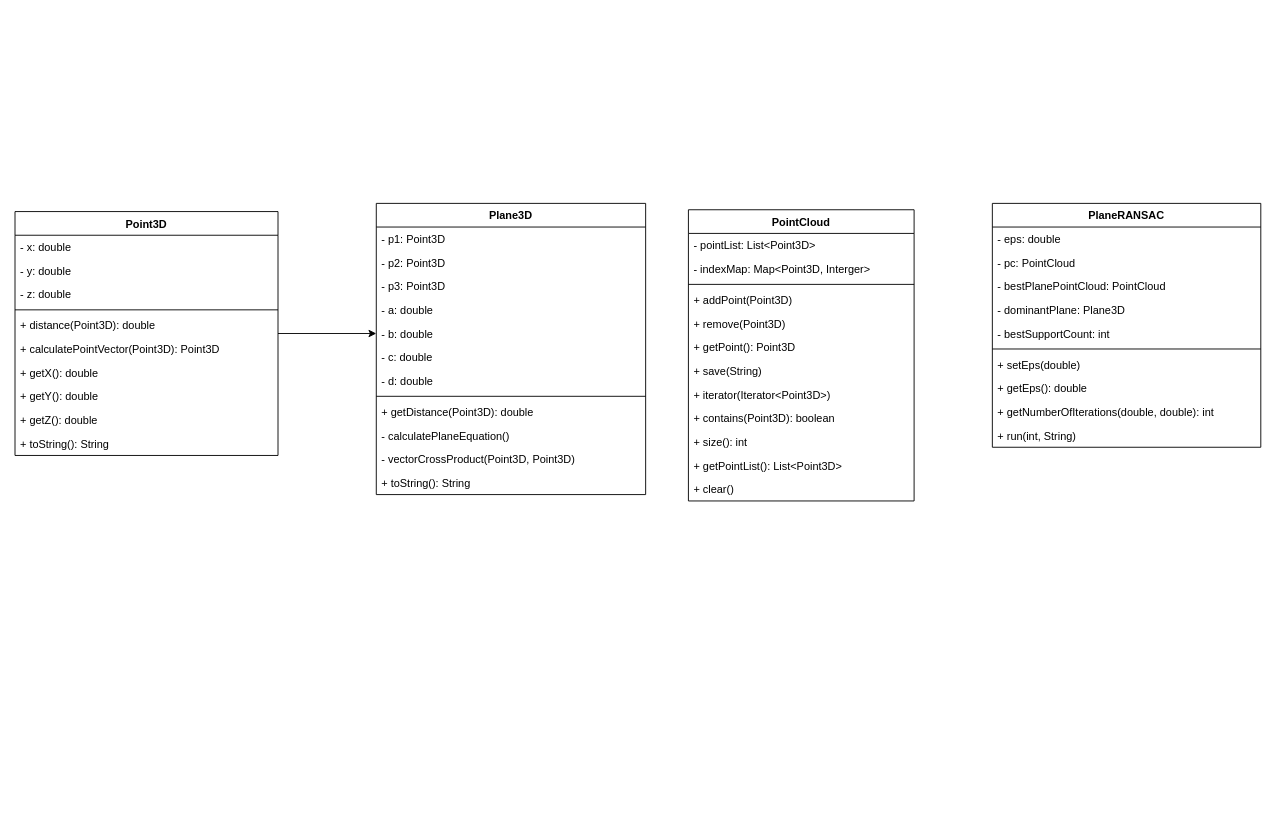
Before: OOP/UML.drawio in Kirloxious/Multi-Paradigm-RANSAC-Algorithm, a draw.io diagram. Source tidied: cells renumbered, new cells numbered last; positions are measured from the earlier drawing's top-left corner, leaving out a move shared by most shapes. Both pictures are drawn from the tidied source at 91%, with x=0, y=0 at pixel (15, 203).
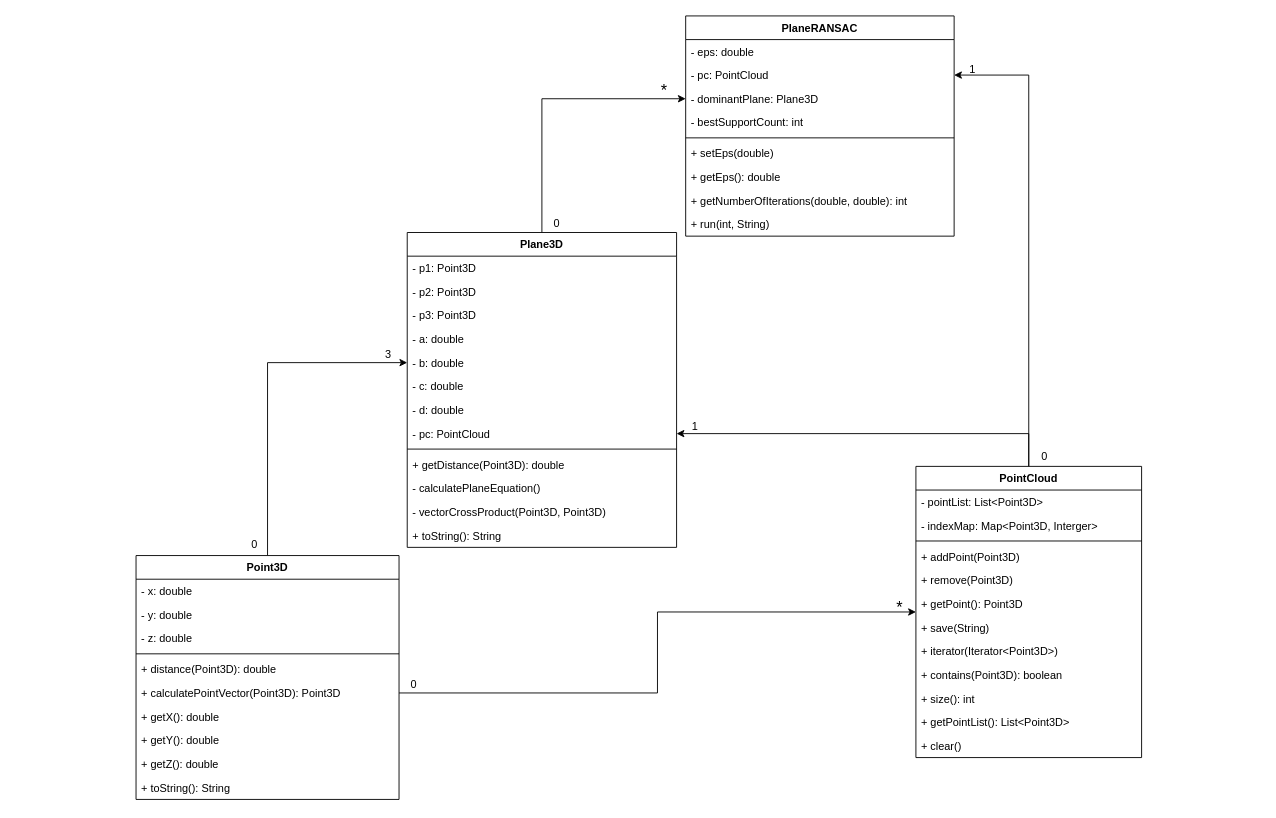
The same page after the edit.

The change refers to these unchanged cells:
```xml
<mxCell id="22" value="+ calculatePointVector(Point3D): Point3D" style="text;strokeColor=none;fillColor=none;align=left;verticalAlign=top;spacingLeft=4;spacingRight=4;overflow=hidden;points=[[0,0.5],[1,0.5]];portConstraint=eastwest;" parent="16" vertex="1">
  <mxGeometry y="138" width="289" height="26" as="geometry" />
</mxCell>
<mxCell id="42" value="- pc: PointCloud" style="text;strokeColor=none;fillColor=none;align=left;verticalAlign=top;spacingLeft=4;spacingRight=4;overflow=hidden;points=[[0,0.5],[1,0.5]];portConstraint=eastwest;" parent="40" vertex="1">
  <mxGeometry y="52" width="295" height="26" as="geometry" />
</mxCell>
```

The edit, as a diff of the source:
```diff
@@
+    <mxCell id="51" style="edgeStyle=orthogonalEdgeStyle;rounded=0;jettySize=auto;html=1;entryX=1;entryY=0.5;entryDx=0;entryDy=0;" parent="1" edge="1" source="2" target="54">
+      <mxGeometry relative="1" as="geometry" />
+    </mxCell>
+    <mxCell id="52" style="edgeStyle=orthogonalEdgeStyle;rounded=0;jettySize=auto;html=1;entryX=1;entryY=0.5;entryDx=0;entryDy=0;" parent="1" edge="1" source="2" target="42">
+      <mxGeometry relative="1" as="geometry" />
+    </mxCell>
     <mxCell id="2" value="PointCloud" style="swimlane;fontStyle=1;align=center;verticalAlign=top;horizontal=1;startSize=26;" parent="1" vertex="1">
-      <mxGeometry x="740" y="7" width="248" height="320" as="geometry" />
+      <mxGeometry x="990" y="289" width="248" height="320" as="geometry" />
     </mxCell>
@@
     <mxCell id="16" value="Point3D" style="swimlane;fontStyle=1;align=center;verticalAlign=top;horizontal=1;startSize=26;" parent="1" vertex="1">
-      <mxGeometry y="9" width="289" height="268" as="geometry" />
+      <mxGeometry x="133" y="387" width="289" height="268" as="geometry" />
     </mxCell>
@@
+    <mxCell id="53" style="edgeStyle=orthogonalEdgeStyle;rounded=0;jettySize=auto;html=1;entryX=0;entryY=0.5;entryDx=0;entryDy=0;" parent="1" edge="1" source="27" target="44">
+      <mxGeometry relative="1" as="geometry" />
+    </mxCell>
     <mxCell id="27" value="Plane3D" style="swimlane;fontStyle=1;align=center;verticalAlign=top;horizontal=1;startSize=26;" parent="1" vertex="1">
-      <mxGeometry x="397" width="296" height="320" as="geometry" />
+      <mxGeometry x="431" y="32" width="296" height="346" as="geometry" />
     </mxCell>
@@
+    <mxCell id="54" value="- pc: PointCloud" style="text;strokeColor=none;fillColor=none;align=left;verticalAlign=top;spacingLeft=4;spacingRight=4;overflow=hidden;points=[[0,0.5],[1,0.5]];portConstraint=eastwest;" parent="27" vertex="1">
+      <mxGeometry y="208" width="296" height="26" as="geometry" />
+    </mxCell>
     <mxCell id="35" style="line;strokeWidth=1;fillColor=none;align=left;verticalAlign=middle;spacingTop=-1;spacingLeft=3;spacingRight=3;labelPosition=right;strokeColor=inherit;" parent="27" vertex="1">
-      <mxGeometry y="208" width="296" height="8" as="geometry" />
+      <mxGeometry y="234" width="296" height="8" as="geometry" />
     </mxCell>
     <mxCell id="36" value="+ getDistance(Point3D): double" style="text;strokeColor=none;fillColor=none;align=left;verticalAlign=top;spacingLeft=4;spacingRight=4;overflow=hidden;" parent="27" vertex="1">
-      <mxGeometry y="216" width="296" height="26" as="geometry" />
+      <mxGeometry y="242" width="296" height="26" as="geometry" />
     </mxCell>
     <mxCell id="37" value="- calculatePlaneEquation()" style="text;strokeColor=none;fillColor=none;align=left;verticalAlign=top;spacingLeft=4;spacingRight=4;overflow=hidden;" parent="27" vertex="1">
-      <mxGeometry y="242" width="296" height="26" as="geometry" />
+      <mxGeometry y="268" width="296" height="26" as="geometry" />
     </mxCell>
     <mxCell id="38" value="- vectorCrossProduct(Point3D, Point3D)" style="text;strokeColor=none;fillColor=none;align=left;verticalAlign=top;spacingLeft=4;spacingRight=4;overflow=hidden;" parent="27" vertex="1">
-      <mxGeometry y="268" width="296" height="26" as="geometry" />
+      <mxGeometry y="294" width="296" height="26" as="geometry" />
     </mxCell>
     <mxCell id="39" value="+ toString(): String" style="text;strokeColor=none;fillColor=none;align=left;verticalAlign=top;spacingLeft=4;spacingRight=4;overflow=hidden;" parent="27" vertex="1">
-      <mxGeometry y="294" width="296" height="26" as="geometry" />
+      <mxGeometry y="320" width="296" height="26" as="geometry" />
     </mxCell>
     <mxCell id="40" value="PlaneRANSAC" style="swimlane;fontStyle=1;align=center;verticalAlign=top;horizontal=1;startSize=26;" parent="1" vertex="1">
-      <mxGeometry x="1074" width="295" height="268" as="geometry" />
+      <mxGeometry x="737" y="-206" width="295" height="242" as="geometry" />
     </mxCell>
@@
-    <mxCell id="43" value="- bestPlanePointCloud: PointCloud" style="text;strokeColor=none;fillColor=none;align=left;verticalAlign=top;spacingLeft=4;spacingRight=4;overflow=hidden;" parent="40" vertex="1">
-      <mxGeometry y="78" width="295" height="26" as="geometry" />
-    </mxCell>
     <mxCell id="44" value="- dominantPlane: Plane3D" style="text;strokeColor=none;fillColor=none;align=left;verticalAlign=top;spacingLeft=4;spacingRight=4;overflow=hidden;points=[[0,0.5],[1,0.5]];portConstraint=eastwest;" parent="40" vertex="1">
-      <mxGeometry y="104" width="295" height="26" as="geometry" />
+      <mxGeometry y="78" width="295" height="26" as="geometry" />
     </mxCell>
     <mxCell id="45" value="- bestSupportCount: int" style="text;strokeColor=none;fillColor=none;align=left;verticalAlign=top;spacingLeft=4;spacingRight=4;overflow=hidden;" parent="40" vertex="1">
-      <mxGeometry y="130" width="295" height="26" as="geometry" />
+      <mxGeometry y="104" width="295" height="26" as="geometry" />
     </mxCell>
     <mxCell id="46" style="line;strokeWidth=1;fillColor=none;align=left;verticalAlign=middle;spacingTop=-1;spacingLeft=3;spacingRight=3;labelPosition=right;strokeColor=inherit;" parent="40" vertex="1">
-      <mxGeometry y="156" width="295" height="8" as="geometry" />
+      <mxGeometry y="130" width="295" height="8" as="geometry" />
     </mxCell>
     <mxCell id="47" value="+ setEps(double)" style="text;strokeColor=none;fillColor=none;align=left;verticalAlign=top;spacingLeft=4;spacingRight=4;overflow=hidden;" parent="40" vertex="1">
-      <mxGeometry y="164" width="295" height="26" as="geometry" />
+      <mxGeometry y="138" width="295" height="26" as="geometry" />
     </mxCell>
     <mxCell id="48" value="+ getEps(): double" style="text;strokeColor=none;fillColor=none;align=left;verticalAlign=top;spacingLeft=4;spacingRight=4;overflow=hidden;" parent="40" vertex="1">
-      <mxGeometry y="190" width="295" height="26" as="geometry" />
+      <mxGeometry y="164" width="295" height="26" as="geometry" />
     </mxCell>
     <mxCell id="49" value="+ getNumberOfIterations(double, double): int" style="text;strokeColor=none;fillColor=none;align=left;verticalAlign=top;spacingLeft=4;spacingRight=4;overflow=hidden;" parent="40" vertex="1">
-      <mxGeometry y="216" width="295" height="26" as="geometry" />
+      <mxGeometry y="190" width="295" height="26" as="geometry" />
     </mxCell>
     <mxCell id="50" value="+ run(int, String)" style="text;strokeColor=none;fillColor=none;align=left;verticalAlign=top;spacingLeft=4;spacingRight=4;overflow=hidden;" parent="40" vertex="1">
-      <mxGeometry y="242" width="295" height="26" as="geometry" />
+      <mxGeometry y="216" width="295" height="26" as="geometry" />
     </mxCell>
+    <mxCell id="55" value="0" style="text;html=1;strokeColor=none;fillColor=none;align=center;verticalAlign=middle;whiteSpace=wrap;rounded=0;" parent="1" vertex="1">
+      <mxGeometry x="243" y="364" width="41" height="21" as="geometry" />
+    </mxCell>
+    <mxCell id="56" value="3" style="text;html=1;strokeColor=none;fillColor=none;align=center;verticalAlign=middle;whiteSpace=wrap;rounded=0;" parent="1" vertex="1">
+      <mxGeometry x="390" y="155" width="41" height="21" as="geometry" />
+    </mxCell>
+    <mxCell id="57" style="edgeStyle=orthogonalEdgeStyle;rounded=0;jettySize=auto;html=1;" parent="1" edge="1" source="22" target="2">
+      <mxGeometry relative="1" as="geometry" />
+    </mxCell>
+    <mxCell id="58" value="0" style="text;html=1;strokeColor=none;fillColor=none;align=center;verticalAlign=middle;whiteSpace=wrap;rounded=0;" parent="1" vertex="1">
+      <mxGeometry x="418" y="518" width="41" height="21" as="geometry" />
+    </mxCell>
+    <mxCell id="59" value="&lt;font style=&quot;font-size: 18px;&quot;&gt;*&lt;/font&gt;" style="text;html=1;strokeColor=none;fillColor=none;align=center;verticalAlign=middle;whiteSpace=wrap;rounded=0;" parent="1" vertex="1">
+      <mxGeometry x="952" y="434" width="41" height="21" as="geometry" />
+    </mxCell>
+    <mxCell id="60" value="0" style="text;html=1;strokeColor=none;fillColor=none;align=center;verticalAlign=middle;whiteSpace=wrap;rounded=0;" parent="1" vertex="1">
+      <mxGeometry x="1111" y="268" width="41" height="21" as="geometry" />
+    </mxCell>
+    <mxCell id="61" value="1" style="text;html=1;strokeColor=none;fillColor=none;align=center;verticalAlign=middle;whiteSpace=wrap;rounded=0;" parent="1" vertex="1">
+      <mxGeometry x="727" y="234" width="41" height="21" as="geometry" />
+    </mxCell>
+    <mxCell id="62" value="0" style="text;html=1;strokeColor=none;fillColor=none;align=center;verticalAlign=middle;whiteSpace=wrap;rounded=0;" parent="1" vertex="1">
+      <mxGeometry x="575" y="11" width="41" height="21" as="geometry" />
+    </mxCell>
+    <mxCell id="63" value="&lt;font style=&quot;font-size: 18px;&quot;&gt;*&lt;/font&gt;" style="text;html=1;strokeColor=none;fillColor=none;align=center;verticalAlign=middle;whiteSpace=wrap;rounded=0;" parent="1" vertex="1">
+      <mxGeometry x="693" y="-134" width="41" height="21" as="geometry" />
+    </mxCell>
+    <mxCell id="64" value="1" style="text;html=1;strokeColor=none;fillColor=none;align=center;verticalAlign=middle;whiteSpace=wrap;rounded=0;" parent="1" vertex="1">
+      <mxGeometry x="1032" y="-158" width="41" height="21" as="geometry" />
+    </mxCell>
```
